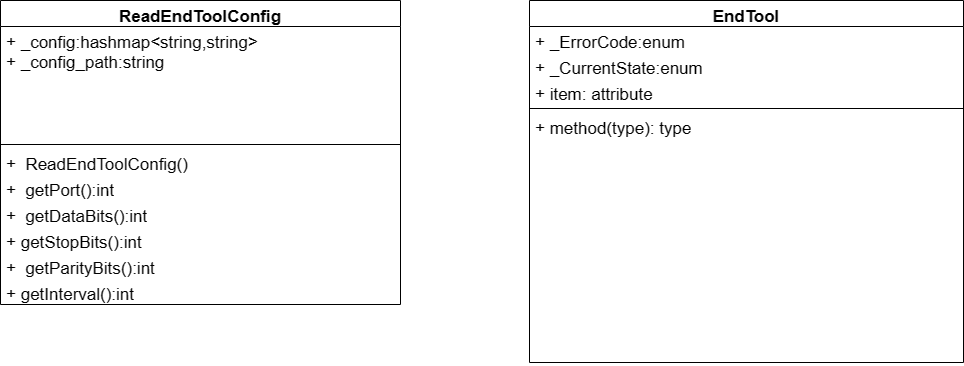
Before: 理疗头类图.drawio.png, a diagram exported from draw.io (Durpe/Drawio). Source tidied: cells renumbered, new cells last; positions are measured from the earlier drawing's top-left corner, leaving out a move shared by most shapes.
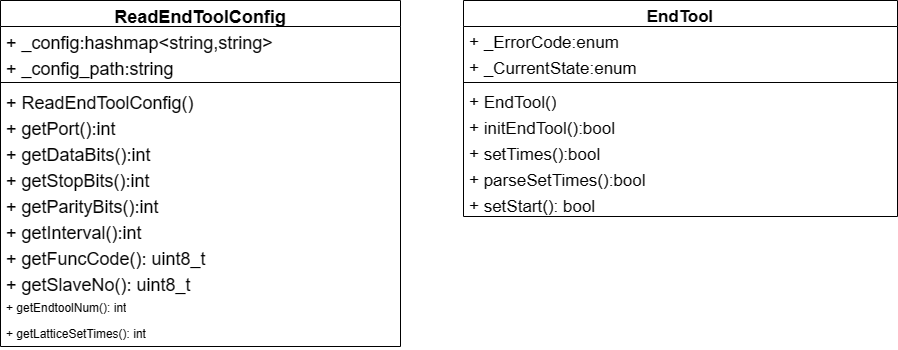
Later version of the same file.

Commit message:
更新理疗头类图.drawio.png

Diff of the diagram source:
```diff
@@ -2,50 +2,74 @@
   <root>
     <mxCell id="0" />
     <mxCell id="1" parent="0" />
-    <mxCell id="2" value="ReadEndToolConfig" style="swimlane;fontStyle=1;align=center;verticalAlign=top;horizontal=1;startSize=26;whiteSpace=wrap;html=1;fontSize=17;" parent="1" vertex="1">
-      <mxGeometry width="400" height="304" as="geometry" />
+    <mxCell id="2" value="ReadEndToolConfig" style="swimlane;fontStyle=1;align=center;verticalAlign=top;horizontal=1;startSize=26;whiteSpace=wrap;html=1;fontSize=18;" parent="1" vertex="1">
+      <mxGeometry width="400" height="346" as="geometry" />
     </mxCell>
-    <mxCell id="3" value="+&lt;span style=&quot;white-space: pre; font-size: 17px;&quot;&gt; &lt;/span&gt;_config:hashmap&amp;lt;string,string&amp;gt;&lt;br style=&quot;font-size: 17px;&quot;&gt;+&lt;span style=&quot;white-space: pre; font-size: 17px;&quot;&gt; &lt;/span&gt;_config_path:string" style="text;strokeColor=none;fillColor=none;align=left;verticalAlign=top;spacingLeft=4;spacingRight=4;overflow=hidden;whiteSpace=wrap;html=1;fontSize=17;" parent="2" vertex="1">
-      <mxGeometry y="26" width="400" height="114" as="geometry" />
+    <mxCell id="3" value="+&lt;span style=&quot;white-space: pre; font-size: 18px;&quot;&gt; &lt;/span&gt;_config:hashmap&amp;lt;string,string&amp;gt;&lt;br style=&quot;font-size: 18px;&quot;&gt;" style="text;strokeColor=none;fillColor=none;align=left;verticalAlign=top;spacingLeft=4;spacingRight=4;overflow=hidden;whiteSpace=wrap;html=1;fontSize=18;" parent="2" vertex="1">
+      <mxGeometry y="26" width="400" height="26" as="geometry" />
     </mxCell>
+    <mxCell id="17" value="+&lt;span style=&quot;border-color: var(--border-color); font-size: 18px;&quot;&gt; &lt;/span&gt;&lt;span style=&quot;font-size: 18px;&quot;&gt;_config_path:string&lt;/span&gt;" style="text;strokeColor=none;fillColor=none;align=left;verticalAlign=top;spacingLeft=4;spacingRight=4;overflow=hidden;whiteSpace=wrap;html=1;fontSize=18;" parent="2" vertex="1">
+      <mxGeometry y="52" width="400" height="26" as="geometry" />
+    </mxCell>
-    <mxCell id="4" style="line;strokeWidth=1;fillColor=none;align=left;verticalAlign=middle;spacingTop=-1;spacingLeft=3;spacingRight=3;labelPosition=right;strokeColor=inherit;fontSize=17;" parent="2" vertex="1">
-      <mxGeometry y="140" width="400" height="8" as="geometry" />
+    <mxCell id="4" style="line;strokeWidth=1;fillColor=none;align=left;verticalAlign=middle;spacingTop=-1;spacingLeft=3;spacingRight=3;labelPosition=right;strokeColor=inherit;fontSize=18;" parent="2" vertex="1">
+      <mxGeometry y="78" width="400" height="8" as="geometry" />
     </mxCell>
-    <mxCell id="5" value="+ &lt;span style=&quot;white-space: pre; font-size: 17px;&quot;&gt; &lt;/span&gt;ReadEndToolConfig()&lt;br style=&quot;font-size: 17px;&quot;&gt;&lt;br style=&quot;font-size: 17px;&quot;&gt;&lt;br style=&quot;font-size: 17px;&quot;&gt;&lt;br style=&quot;font-size: 17px;&quot;&gt;&lt;br style=&quot;font-size: 17px;&quot;&gt;" style="text;strokeColor=none;fillColor=none;align=left;verticalAlign=top;spacingLeft=4;spacingRight=4;overflow=hidden;whiteSpace=wrap;html=1;fontSize=17;" parent="2" vertex="1">
-      <mxGeometry y="148" width="400" height="26" as="geometry" />
+    <mxCell id="5" value="+ ReadEndToolConfig()&lt;br style=&quot;font-size: 18px;&quot;&gt;&lt;br style=&quot;font-size: 18px;&quot;&gt;&lt;br style=&quot;font-size: 18px;&quot;&gt;&lt;br style=&quot;font-size: 18px;&quot;&gt;" style="text;strokeColor=none;fillColor=none;align=left;verticalAlign=top;spacingLeft=4;spacingRight=4;overflow=hidden;whiteSpace=wrap;html=1;fontSize=18;" parent="2" vertex="1">
+      <mxGeometry y="86" width="400" height="26" as="geometry" />
     </mxCell>
-    <mxCell id="6" value="+&lt;span style=&quot;border-color: var(--border-color); font-size: 17px;&quot;&gt;&amp;nbsp;&lt;span style=&quot;border-color: var(--border-color); font-size: 17px;&quot;&gt; &lt;/span&gt;&lt;/span&gt;&lt;span style=&quot;font-size: 17px;&quot;&gt;getPort():int&lt;/span&gt;" style="text;strokeColor=none;fillColor=none;align=left;verticalAlign=top;spacingLeft=4;spacingRight=4;overflow=hidden;whiteSpace=wrap;html=1;fontSize=17;" parent="2" vertex="1">
-      <mxGeometry y="174" width="400" height="26" as="geometry" />
+    <mxCell id="6" value="+&lt;span style=&quot;border-color: var(--border-color); font-size: 18px;&quot;&gt;&amp;nbsp;&lt;/span&gt;&lt;span style=&quot;font-size: 18px;&quot;&gt;getPort():int&lt;/span&gt;" style="text;strokeColor=none;fillColor=none;align=left;verticalAlign=top;spacingLeft=4;spacingRight=4;overflow=hidden;whiteSpace=wrap;html=1;fontSize=18;" parent="2" vertex="1">
+      <mxGeometry y="112" width="400" height="26" as="geometry" />
     </mxCell>
-    <mxCell id="7" value="+&lt;span style=&quot;border-color: var(--border-color); font-size: 17px;&quot;&gt;&amp;nbsp;&lt;span style=&quot;border-color: var(--border-color); font-size: 17px;&quot;&gt; &lt;/span&gt;&lt;/span&gt;&lt;span style=&quot;font-size: 17px;&quot;&gt;getDataBits():int&lt;/span&gt;" style="text;strokeColor=none;fillColor=none;align=left;verticalAlign=top;spacingLeft=4;spacingRight=4;overflow=hidden;whiteSpace=wrap;html=1;fontSize=17;" parent="2" vertex="1">
-      <mxGeometry y="200" width="400" height="26" as="geometry" />
+    <mxCell id="7" value="+&lt;span style=&quot;border-color: var(--border-color); font-size: 18px;&quot;&gt;&amp;nbsp;&lt;/span&gt;&lt;span style=&quot;font-size: 18px;&quot;&gt;getDataBits():int&lt;/span&gt;" style="text;strokeColor=none;fillColor=none;align=left;verticalAlign=top;spacingLeft=4;spacingRight=4;overflow=hidden;whiteSpace=wrap;html=1;fontSize=18;" parent="2" vertex="1">
+      <mxGeometry y="138" width="400" height="26" as="geometry" />
     </mxCell>
-    <mxCell id="8" value="+&lt;span style=&quot;border-color: var(--border-color); font-size: 17px;&quot;&gt; &lt;/span&gt;&lt;span style=&quot;font-size: 17px;&quot;&gt;getStopBits():int&lt;/span&gt;" style="text;strokeColor=none;fillColor=none;align=left;verticalAlign=top;spacingLeft=4;spacingRight=4;overflow=hidden;whiteSpace=wrap;html=1;fontSize=17;" parent="2" vertex="1">
-      <mxGeometry y="226" width="400" height="26" as="geometry" />
+    <mxCell id="8" value="+&lt;span style=&quot;border-color: var(--border-color); font-size: 18px;&quot;&gt; &lt;/span&gt;&lt;span style=&quot;font-size: 18px;&quot;&gt;getStopBits():int&lt;/span&gt;" style="text;strokeColor=none;fillColor=none;align=left;verticalAlign=top;spacingLeft=4;spacingRight=4;overflow=hidden;whiteSpace=wrap;html=1;fontSize=18;" parent="2" vertex="1">
+      <mxGeometry y="164" width="400" height="26" as="geometry" />
     </mxCell>
-    <mxCell id="9" value="+&amp;nbsp;&lt;span style=&quot;border-color: var(--border-color); font-size: 17px;&quot;&gt; &lt;/span&gt;&lt;span style=&quot;font-size: 17px;&quot;&gt;getParityBits():int&lt;/span&gt;" style="text;strokeColor=none;fillColor=none;align=left;verticalAlign=top;spacingLeft=4;spacingRight=4;overflow=hidden;whiteSpace=wrap;html=1;fontSize=17;" parent="2" vertex="1">
-      <mxGeometry y="252" width="400" height="26" as="geometry" />
+    <mxCell id="9" value="+&amp;nbsp;&lt;span style=&quot;font-size: 18px;&quot;&gt;getParityBits():int&lt;/span&gt;" style="text;strokeColor=none;fillColor=none;align=left;verticalAlign=top;spacingLeft=4;spacingRight=4;overflow=hidden;whiteSpace=wrap;html=1;fontSize=18;" parent="2" vertex="1">
+      <mxGeometry y="190" width="400" height="26" as="geometry" />
     </mxCell>
-    <mxCell id="10" value="+&lt;span style=&quot;border-color: var(--border-color); font-size: 17px;&quot;&gt; &lt;/span&gt;&lt;span style=&quot;font-size: 17px;&quot;&gt;getInterval():int&lt;/span&gt;" style="text;strokeColor=none;fillColor=none;align=left;verticalAlign=top;spacingLeft=4;spacingRight=4;overflow=hidden;whiteSpace=wrap;html=1;fontSize=17;" parent="2" vertex="1">
-      <mxGeometry y="278" width="400" height="26" as="geometry" />
+    <mxCell id="10" value="+&lt;span style=&quot;border-color: var(--border-color); font-size: 18px;&quot;&gt; &lt;/span&gt;&lt;span style=&quot;font-size: 18px;&quot;&gt;getInterval():int&lt;/span&gt;" style="text;strokeColor=none;fillColor=none;align=left;verticalAlign=top;spacingLeft=4;spacingRight=4;overflow=hidden;whiteSpace=wrap;html=1;fontSize=18;" parent="2" vertex="1">
+      <mxGeometry y="216" width="400" height="26" as="geometry" />
     </mxCell>
+    <mxCell id="18" value="+ getFuncCode(): uint8_t" style="text;strokeColor=none;fillColor=none;align=left;verticalAlign=top;spacingLeft=4;spacingRight=4;overflow=hidden;whiteSpace=wrap;html=1;fontSize=18;" parent="2" vertex="1">
+      <mxGeometry y="242" width="400" height="26" as="geometry" />
+    </mxCell>
+    <mxCell id="19" value="+ getSlaveNo(): uint8_t" style="text;strokeColor=none;fillColor=none;align=left;verticalAlign=top;spacingLeft=4;spacingRight=4;overflow=hidden;whiteSpace=wrap;html=1;fontSize=18;" parent="2" vertex="1">
+      <mxGeometry y="268" width="400" height="26" as="geometry" />
+    </mxCell>
+    <mxCell id="20" value="+ getEndtoolNum(): int" style="text;strokeColor=none;fillColor=none;align=left;verticalAlign=top;spacingLeft=4;spacingRight=4;overflow=hidden;whiteSpace=wrap;html=1;" parent="2" vertex="1">
+      <mxGeometry y="294" width="400" height="26" as="geometry" />
+    </mxCell>
+    <mxCell id="21" value="+ getLatticeSetTimes(): int" style="text;strokeColor=none;fillColor=none;align=left;verticalAlign=top;spacingLeft=4;spacingRight=4;overflow=hidden;whiteSpace=wrap;html=1;" parent="2" vertex="1">
+      <mxGeometry y="320" width="400" height="26" as="geometry" />
+    </mxCell>
     <mxCell id="11" value="EndTool" style="swimlane;fontStyle=1;align=center;verticalAlign=top;horizontal=1;startSize=26;whiteSpace=wrap;html=1;fontSize=17;" parent="1" vertex="1">
-      <mxGeometry x="529" width="434" height="362" as="geometry" />
+      <mxGeometry x="463" width="434" height="216" as="geometry" />
     </mxCell>
-    <mxCell id="12" value="+&lt;span style=&quot;white-space: pre;&quot;&gt; &lt;/span&gt;_ErrorCode:enum" style="text;strokeColor=none;fillColor=none;align=left;verticalAlign=top;spacingLeft=4;spacingRight=4;overflow=hidden;whiteSpace=wrap;html=1;fontSize=17;" parent="11" vertex="1">
+    <mxCell id="12" value="+&lt;span style=&quot;white-space: pre; font-size: 17px;&quot;&gt; &lt;/span&gt;_ErrorCode:enum" style="text;strokeColor=none;fillColor=none;align=left;verticalAlign=top;spacingLeft=4;spacingRight=4;overflow=hidden;whiteSpace=wrap;html=1;fontSize=17;" parent="11" vertex="1">
       <mxGeometry y="26" width="434" height="26" as="geometry" />
     </mxCell>
     <mxCell id="13" value="+ _CurrentState:enum" style="text;strokeColor=none;fillColor=none;align=left;verticalAlign=top;spacingLeft=4;spacingRight=4;overflow=hidden;whiteSpace=wrap;html=1;fontSize=17;" parent="11" vertex="1">
       <mxGeometry y="52" width="434" height="26" as="geometry" />
     </mxCell>
-    <mxCell id="14" value="+ item: attribute" style="text;strokeColor=none;fillColor=none;align=left;verticalAlign=top;spacingLeft=4;spacingRight=4;overflow=hidden;whiteSpace=wrap;html=1;fontSize=17;" parent="11" vertex="1">
-      <mxGeometry y="78" width="434" height="26" as="geometry" />
-    </mxCell>
     <mxCell id="15" style="line;strokeWidth=1;fillColor=none;align=left;verticalAlign=middle;spacingTop=-1;spacingLeft=3;spacingRight=3;labelPosition=right;strokeColor=inherit;fontSize=17;" parent="11" vertex="1">
-      <mxGeometry y="104" width="434" height="8" as="geometry" />
+      <mxGeometry y="78" width="434" height="8" as="geometry" />
     </mxCell>
-    <mxCell id="16" value="+ method(type): type" style="text;strokeColor=none;fillColor=none;align=left;verticalAlign=top;spacingLeft=4;spacingRight=4;overflow=hidden;whiteSpace=wrap;html=1;fontSize=17;" parent="11" vertex="1">
-      <mxGeometry y="112" width="434" height="250" as="geometry" />
+    <mxCell id="16" value="+ EndTool()&lt;br style=&quot;font-size: 17px;&quot;&gt;" style="text;strokeColor=none;fillColor=none;align=left;verticalAlign=top;spacingLeft=4;spacingRight=4;overflow=hidden;whiteSpace=wrap;html=1;fontSize=17;" parent="11" vertex="1">
+      <mxGeometry y="86" width="434" height="26" as="geometry" />
     </mxCell>
+    <mxCell id="22" value="+ initEndTool():bool&lt;br style=&quot;font-size: 17px;&quot;&gt;" style="text;strokeColor=none;fillColor=none;align=left;verticalAlign=top;spacingLeft=4;spacingRight=4;overflow=hidden;whiteSpace=wrap;html=1;fontSize=17;" parent="11" vertex="1">
+      <mxGeometry y="112" width="434" height="26" as="geometry" />
+    </mxCell>
+    <mxCell id="23" value="+ setTimes():bool" style="text;strokeColor=none;fillColor=none;align=left;verticalAlign=top;spacingLeft=4;spacingRight=4;overflow=hidden;whiteSpace=wrap;html=1;fontSize=17;" parent="11" vertex="1">
+      <mxGeometry y="138" width="434" height="26" as="geometry" />
+    </mxCell>
+    <mxCell id="24" value="+ parseSetTimes():bool" style="text;strokeColor=none;fillColor=none;align=left;verticalAlign=top;spacingLeft=4;spacingRight=4;overflow=hidden;whiteSpace=wrap;html=1;fontSize=17;" parent="11" vertex="1">
+      <mxGeometry y="164" width="434" height="26" as="geometry" />
+    </mxCell>
+    <mxCell id="25" value="+ setStart(): bool" style="text;strokeColor=none;fillColor=none;align=left;verticalAlign=top;spacingLeft=4;spacingRight=4;overflow=hidden;whiteSpace=wrap;html=1;fontSize=17;" parent="11" vertex="1">
+      <mxGeometry y="190" width="434" height="26" as="geometry" />
+    </mxCell>
   </root>
 </mxGraphModel>
```
